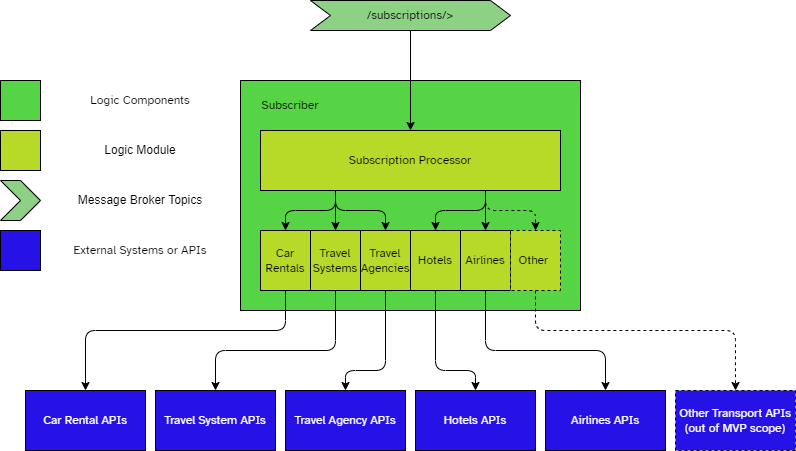
Above: diagrams/componentOverview/Subscriber.png in Guilbert12/Kata2023_team_onion (draw.io), before the change. Source tidied: cells renumbered, new cells last; positions are measured from the earlier drawing's top-left corner, leaving out a move shared by most shapes. Source of this version:
```xml
<mxGraphModel>
  <root>
    <mxCell id="0" />
    <mxCell id="1" parent="0" />
    <mxCell id="2" style="rounded=0;whiteSpace=wrap;html=1;fillColor=#56D446;strokeColor=#000000;fontFamily=Atkinson Hyperlegible;" parent="1" vertex="1">
      <mxGeometry x="240" y="80" width="340" height="230" as="geometry" />
    </mxCell>
    <mxCell id="3" value="&lt;font face=&quot;Atkinson Hyperlegible&quot;&gt;Subscriber&lt;/font&gt;" style="text;html=1;strokeColor=none;fillColor=none;align=center;verticalAlign=middle;whiteSpace=wrap;rounded=0;" parent="1" vertex="1">
      <mxGeometry x="250" y="90" width="80" height="30" as="geometry" />
    </mxCell>
    <mxCell id="4" value="Subscription Processor" style="rounded=0;whiteSpace=wrap;html=1;fillColor=#B7D927;strokeColor=#000000;fontFamily=Atkinson Hyperlegible;" parent="1" vertex="1">
      <mxGeometry x="260" y="130" width="300" height="60" as="geometry" />
    </mxCell>
    <mxCell id="5" value="Travel Agency APIs" style="rounded=0;whiteSpace=wrap;html=1;fontFamily=Atkinson Hyperlegible;fontSource=https%3A%2F%2Ffonts.googleapis.com%2Fcss%3Ffamily%3DAtkinson%2BHyperlegible;fillColor=#2612E6;strokeColor=#000000;fontColor=#FFFFFF;" parent="1" vertex="1">
      <mxGeometry x="285" y="390" width="120" height="60" as="geometry" />
    </mxCell>
    <mxCell id="6" value="Travel System APIs" style="rounded=0;whiteSpace=wrap;html=1;fontFamily=Atkinson Hyperlegible;fontSource=https%3A%2F%2Ffonts.googleapis.com%2Fcss%3Ffamily%3DAtkinson%2BHyperlegible;fillColor=#2612E6;strokeColor=#000000;fontColor=#FFFFFF;" parent="1" vertex="1">
      <mxGeometry x="155" y="390" width="120" height="60" as="geometry" />
    </mxCell>
    <mxCell id="7" value="Car Rental APIs" style="rounded=0;whiteSpace=wrap;html=1;fontFamily=Atkinson Hyperlegible;fontSource=https%3A%2F%2Ffonts.googleapis.com%2Fcss%3Ffamily%3DAtkinson%2BHyperlegible;fillColor=#2612E6;strokeColor=#000000;fontColor=#FFFFFF;" parent="1" vertex="1">
      <mxGeometry x="25" y="390" width="120" height="60" as="geometry" />
    </mxCell>
    <mxCell id="8" value="Hotels APIs" style="rounded=0;whiteSpace=wrap;html=1;fontFamily=Atkinson Hyperlegible;fontSource=https%3A%2F%2Ffonts.googleapis.com%2Fcss%3Ffamily%3DAtkinson%2BHyperlegible;fillColor=#2612E6;strokeColor=#000000;fontColor=#FFFFFF;" parent="1" vertex="1">
      <mxGeometry x="415" y="390" width="120" height="60" as="geometry" />
    </mxCell>
    <mxCell id="9" value="Airlines APIs" style="rounded=0;whiteSpace=wrap;html=1;fontFamily=Atkinson Hyperlegible;fontSource=https%3A%2F%2Ffonts.googleapis.com%2Fcss%3Ffamily%3DAtkinson%2BHyperlegible;fillColor=#2612E6;strokeColor=#000000;fontColor=#FFFFFF;" parent="1" vertex="1">
      <mxGeometry x="545" y="390" width="120" height="60" as="geometry" />
    </mxCell>
    <mxCell id="10" value="Other Transport APIs (out of MVP scope)" style="rounded=0;whiteSpace=wrap;html=1;fontFamily=Atkinson Hyperlegible;fontSource=https%3A%2F%2Ffonts.googleapis.com%2Fcss%3Ffamily%3DAtkinson%2BHyperlegible;dashed=1;fillColor=#2612E6;strokeColor=#000000;fontColor=#FFFFFF;" parent="1" vertex="1">
      <mxGeometry x="675" y="390" width="120" height="60" as="geometry" />
    </mxCell>
    <mxCell id="11" value="&lt;font face=&quot;Atkinson Hyperlegible&quot;&gt;/subscriptions/&amp;gt;&lt;/font&gt;" style="shape=step;perimeter=stepPerimeter;whiteSpace=wrap;html=1;fixedSize=1;fillColor=#8CD184;strokeColor=#000000;" parent="1" vertex="1">
      <mxGeometry x="310" width="200" height="30" as="geometry" />
    </mxCell>
    <mxCell id="12" value="Car Rentals" style="rounded=0;whiteSpace=wrap;html=1;fillColor=#B7D927;strokeColor=#000000;fontFamily=Atkinson Hyperlegible;" parent="1" vertex="1">
      <mxGeometry x="260" y="230" width="50" height="60" as="geometry" />
    </mxCell>
    <mxCell id="13" value="Travel Systems" style="rounded=0;whiteSpace=wrap;html=1;fillColor=#B7D927;strokeColor=#000000;fontFamily=Atkinson Hyperlegible;" parent="1" vertex="1">
      <mxGeometry x="310" y="230" width="50" height="60" as="geometry" />
    </mxCell>
    <mxCell id="14" value="Travel Agencies" style="rounded=0;whiteSpace=wrap;html=1;fillColor=#B7D927;strokeColor=#000000;fontFamily=Atkinson Hyperlegible;" parent="1" vertex="1">
      <mxGeometry x="360" y="230" width="50" height="60" as="geometry" />
    </mxCell>
    <mxCell id="15" value="Hotels" style="rounded=0;whiteSpace=wrap;html=1;fillColor=#B7D927;strokeColor=#000000;fontFamily=Atkinson Hyperlegible;" parent="1" vertex="1">
      <mxGeometry x="410" y="230" width="50" height="60" as="geometry" />
    </mxCell>
    <mxCell id="16" value="Airlines" style="rounded=0;whiteSpace=wrap;html=1;fillColor=#B7D927;strokeColor=#000000;fontFamily=Atkinson Hyperlegible;" parent="1" vertex="1">
      <mxGeometry x="460" y="230" width="50" height="60" as="geometry" />
    </mxCell>
    <mxCell id="17" value="Other&amp;nbsp;" style="rounded=0;whiteSpace=wrap;html=1;fillColor=#B7D927;strokeColor=#000000;fontFamily=Atkinson Hyperlegible;dashed=1;" parent="1" vertex="1">
      <mxGeometry x="510" y="230" width="50" height="60" as="geometry" />
    </mxCell>
    <mxCell id="18" style="endArrow=classic;html=1;strokeColor=#000000;fontFamily=Atkinson Hyperlegible;exitX=0.25;exitY=1;exitDx=0;exitDy=0;entryX=0.5;entryY=0;entryDx=0;entryDy=0;" parent="1" edge="1" source="4" target="12">
      <mxGeometry relative="1" as="geometry">
        <Array as="points">
          <mxPoint x="335" y="210" />
          <mxPoint x="285" y="210" />
        </Array>
      </mxGeometry>
    </mxCell>
    <mxCell id="19" style="endArrow=classic;html=1;strokeColor=#000000;fontFamily=Atkinson Hyperlegible;exitX=0.25;exitY=1;exitDx=0;exitDy=0;entryX=0.5;entryY=0;entryDx=0;entryDy=0;" parent="1" edge="1" source="4" target="13">
      <mxGeometry relative="1" as="geometry" />
    </mxCell>
    <mxCell id="20" style="endArrow=classic;html=1;strokeColor=#000000;fontFamily=Atkinson Hyperlegible;exitX=0.25;exitY=1;exitDx=0;exitDy=0;entryX=0.5;entryY=0;entryDx=0;entryDy=0;" parent="1" edge="1" source="4" target="14">
      <mxGeometry relative="1" as="geometry">
        <Array as="points">
          <mxPoint x="335" y="210" />
          <mxPoint x="385" y="210" />
        </Array>
      </mxGeometry>
    </mxCell>
    <mxCell id="21" style="endArrow=classic;html=1;strokeColor=#000000;fontFamily=Atkinson Hyperlegible;exitX=0.75;exitY=1;exitDx=0;exitDy=0;entryX=0.5;entryY=0;entryDx=0;entryDy=0;" parent="1" edge="1" source="4" target="15">
      <mxGeometry relative="1" as="geometry">
        <Array as="points">
          <mxPoint x="485" y="210" />
          <mxPoint x="435" y="210" />
        </Array>
      </mxGeometry>
    </mxCell>
    <mxCell id="22" style="endArrow=classic;html=1;strokeColor=#000000;fontFamily=Atkinson Hyperlegible;exitX=0.75;exitY=1;exitDx=0;exitDy=0;entryX=0.5;entryY=0;entryDx=0;entryDy=0;" parent="1" edge="1" source="4" target="16">
      <mxGeometry relative="1" as="geometry" />
    </mxCell>
    <mxCell id="23" style="endArrow=classic;html=1;strokeColor=#000000;fontFamily=Atkinson Hyperlegible;exitX=0.75;exitY=1;exitDx=0;exitDy=0;entryX=0.5;entryY=0;entryDx=0;entryDy=0;dashed=1;" parent="1" edge="1" source="4" target="17">
      <mxGeometry relative="1" as="geometry">
        <Array as="points">
          <mxPoint x="485" y="210" />
          <mxPoint x="535" y="210" />
        </Array>
      </mxGeometry>
    </mxCell>
    <mxCell id="24" style="endArrow=classic;html=1;strokeColor=#000000;fontFamily=Atkinson Hyperlegible;exitX=0.5;exitY=1;exitDx=0;exitDy=0;entryX=0.5;entryY=0;entryDx=0;entryDy=0;" parent="1" edge="1" source="12" target="7">
      <mxGeometry relative="1" as="geometry">
        <Array as="points">
          <mxPoint x="285" y="330" />
          <mxPoint x="85" y="330" />
        </Array>
      </mxGeometry>
    </mxCell>
    <mxCell id="25" style="endArrow=classic;html=1;strokeColor=#000000;fontFamily=Atkinson Hyperlegible;exitX=0.5;exitY=1;exitDx=0;exitDy=0;entryX=0.5;entryY=0;entryDx=0;entryDy=0;" parent="1" edge="1" source="13" target="6">
      <mxGeometry relative="1" as="geometry">
        <Array as="points">
          <mxPoint x="335" y="350" />
          <mxPoint x="215" y="350" />
        </Array>
      </mxGeometry>
    </mxCell>
    <mxCell id="26" style="endArrow=classic;html=1;strokeColor=#000000;fontFamily=Atkinson Hyperlegible;exitX=0.5;exitY=1;exitDx=0;exitDy=0;entryX=0.5;entryY=0;entryDx=0;entryDy=0;" parent="1" edge="1" source="14" target="5">
      <mxGeometry relative="1" as="geometry">
        <Array as="points">
          <mxPoint x="385" y="370" />
          <mxPoint x="345" y="370" />
        </Array>
      </mxGeometry>
    </mxCell>
    <mxCell id="27" style="endArrow=classic;html=1;strokeColor=#000000;fontFamily=Atkinson Hyperlegible;exitX=0.5;exitY=1;exitDx=0;exitDy=0;entryX=0.5;entryY=0;entryDx=0;entryDy=0;" parent="1" edge="1" source="15" target="8">
      <mxGeometry relative="1" as="geometry">
        <Array as="points">
          <mxPoint x="435" y="370" />
          <mxPoint x="475" y="370" />
        </Array>
      </mxGeometry>
    </mxCell>
    <mxCell id="28" style="endArrow=classic;html=1;strokeColor=#000000;fontFamily=Atkinson Hyperlegible;exitX=0.5;exitY=1;exitDx=0;exitDy=0;entryX=0.5;entryY=0;entryDx=0;entryDy=0;" parent="1" edge="1" source="16" target="9">
      <mxGeometry relative="1" as="geometry">
        <Array as="points">
          <mxPoint x="485" y="350" />
          <mxPoint x="605" y="350" />
        </Array>
      </mxGeometry>
    </mxCell>
    <mxCell id="29" style="endArrow=classic;html=1;strokeColor=#000000;fontFamily=Atkinson Hyperlegible;exitX=0.5;exitY=1;exitDx=0;exitDy=0;entryX=0.5;entryY=0;entryDx=0;entryDy=0;dashed=1;" parent="1" edge="1" source="17" target="10">
      <mxGeometry relative="1" as="geometry">
        <Array as="points">
          <mxPoint x="535" y="330" />
          <mxPoint x="735" y="330" />
        </Array>
      </mxGeometry>
    </mxCell>
    <mxCell id="30" style="endArrow=classic;html=1;strokeColor=#000000;fontFamily=Atkinson Hyperlegible;exitX=0.5;exitY=1;exitDx=0;exitDy=0;entryX=0.5;entryY=0;entryDx=0;entryDy=0;" parent="1" edge="1" source="11" target="4">
      <mxGeometry relative="1" as="geometry" />
    </mxCell>
    <mxCell id="31" style="rounded=0;whiteSpace=wrap;html=1;fillColor=#56D446;strokeColor=#000000;" parent="1" vertex="1">
      <mxGeometry y="80" width="40" height="40" as="geometry" />
    </mxCell>
    <mxCell id="32" value="&lt;font face=&quot;Atkinson Hyperlegible&quot;&gt;Logic Components&lt;/font&gt;" style="text;html=1;strokeColor=none;fillColor=none;align=center;verticalAlign=middle;whiteSpace=wrap;rounded=0;" parent="1" vertex="1">
      <mxGeometry x="50" y="80" width="180" height="40" as="geometry" />
    </mxCell>
    <mxCell id="33" style="rounded=0;whiteSpace=wrap;html=1;fillColor=#B7D927;strokeColor=#000000;" parent="1" vertex="1">
      <mxGeometry y="130" width="40" height="40" as="geometry" />
    </mxCell>
    <mxCell id="34" value="Logic Module" style="text;html=1;strokeColor=none;fillColor=none;align=center;verticalAlign=middle;whiteSpace=wrap;rounded=0;" parent="1" vertex="1">
      <mxGeometry x="50" y="130" width="180" height="40" as="geometry" />
    </mxCell>
    <mxCell id="35" style="shape=step;perimeter=stepPerimeter;whiteSpace=wrap;html=1;fixedSize=1;size=20;fillColor=#8CD184;strokeColor=#000000;" parent="1" vertex="1">
      <mxGeometry y="180" width="40" height="40" as="geometry" />
    </mxCell>
    <mxCell id="36" value="Message Broker Topics" style="text;html=1;strokeColor=none;fillColor=none;align=center;verticalAlign=middle;whiteSpace=wrap;rounded=0;" parent="1" vertex="1">
      <mxGeometry x="50" y="180" width="180" height="40" as="geometry" />
    </mxCell>
    <mxCell id="37" style="rounded=0;whiteSpace=wrap;html=1;fillColor=#2612E6;strokeColor=#000000;" parent="1" vertex="1">
      <mxGeometry y="230" width="40" height="40" as="geometry" />
    </mxCell>
    <mxCell id="38" value="&lt;font face=&quot;Atkinson Hyperlegible&quot;&gt;External Systems or APIs&lt;/font&gt;" style="text;html=1;strokeColor=none;fillColor=none;align=center;verticalAlign=middle;whiteSpace=wrap;rounded=0;" parent="1" vertex="1">
      <mxGeometry x="50" y="230" width="180" height="40" as="geometry" />
    </mxCell>
  </root>
</mxGraphModel>
```
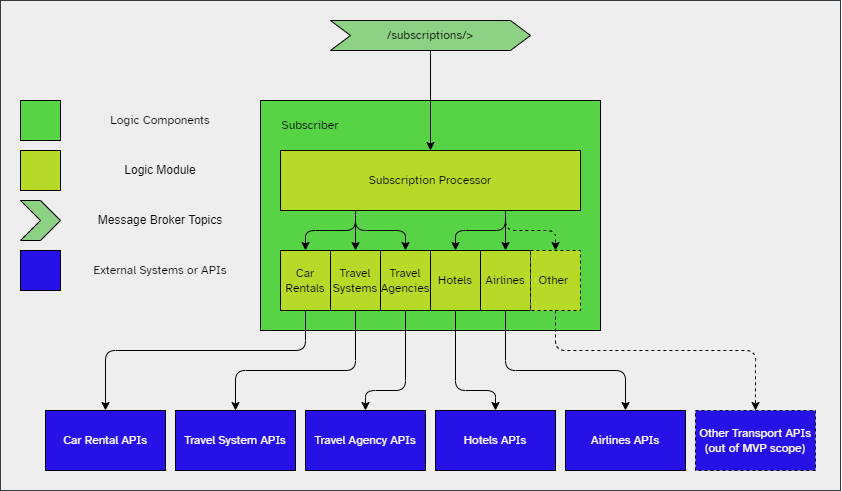
The same file after the commit.

Diff of the diagram source:
```diff
@@ -2,6 +2,9 @@
   <root>
     <mxCell id="0" />
     <mxCell id="1" parent="0" />
+    <mxCell id="39" style="rounded=0;whiteSpace=wrap;html=1;fillColor=#eeeeee;strokeColor=#36393d;" parent="1" vertex="1">
+      <mxGeometry x="-20" y="-20" width="840" height="490" as="geometry" />
+    </mxCell>
     <mxCell id="2" style="rounded=0;whiteSpace=wrap;html=1;fillColor=#56D446;strokeColor=#000000;fontFamily=Atkinson Hyperlegible;" parent="1" vertex="1">
       <mxGeometry x="240" y="80" width="340" height="230" as="geometry" />
     </mxCell>
```
